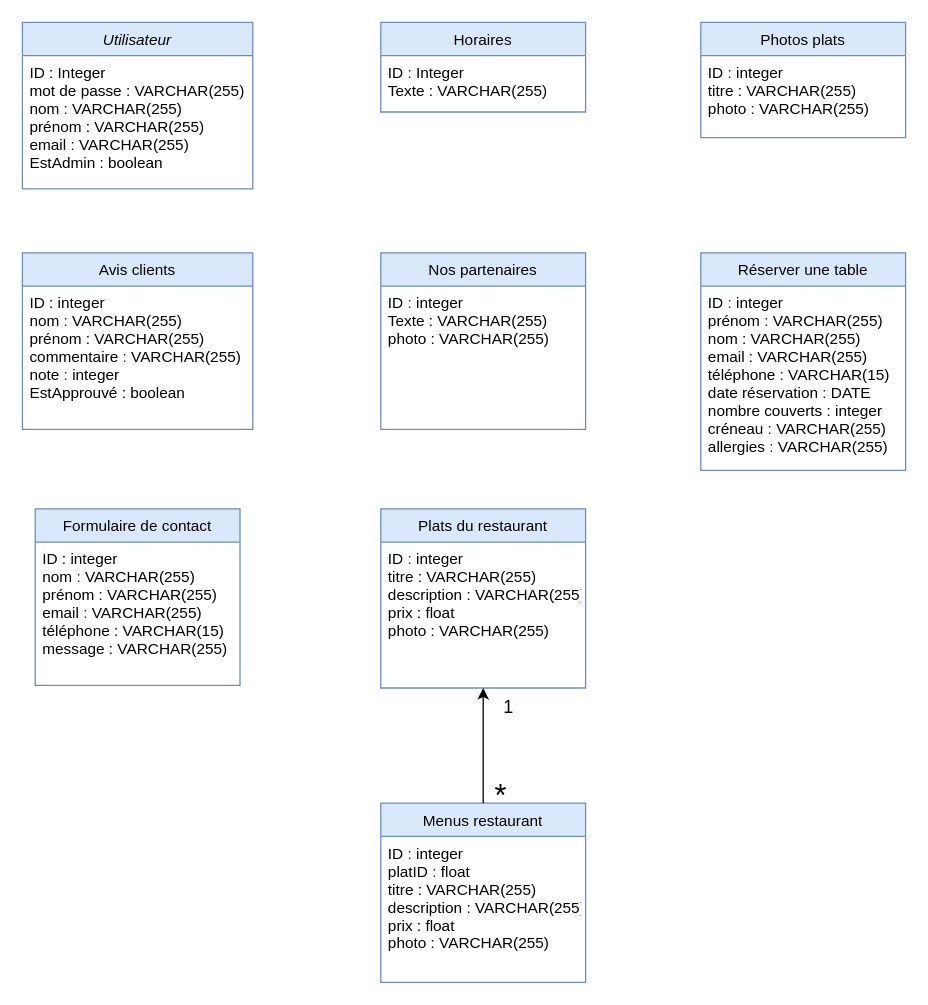
The draw.io diagram DiagrammeClasse.drawio in elodiealix91620/QuaiAntiqueDiagrammes, before the edit. Source tidied: cells renumbered, new cells numbered last; positions are measured from the earlier drawing's top-left corner, leaving out a move shared by most shapes. Both pictures are drawn from the tidied source at 128%, with x=0, y=0 at pixel (22, 22).
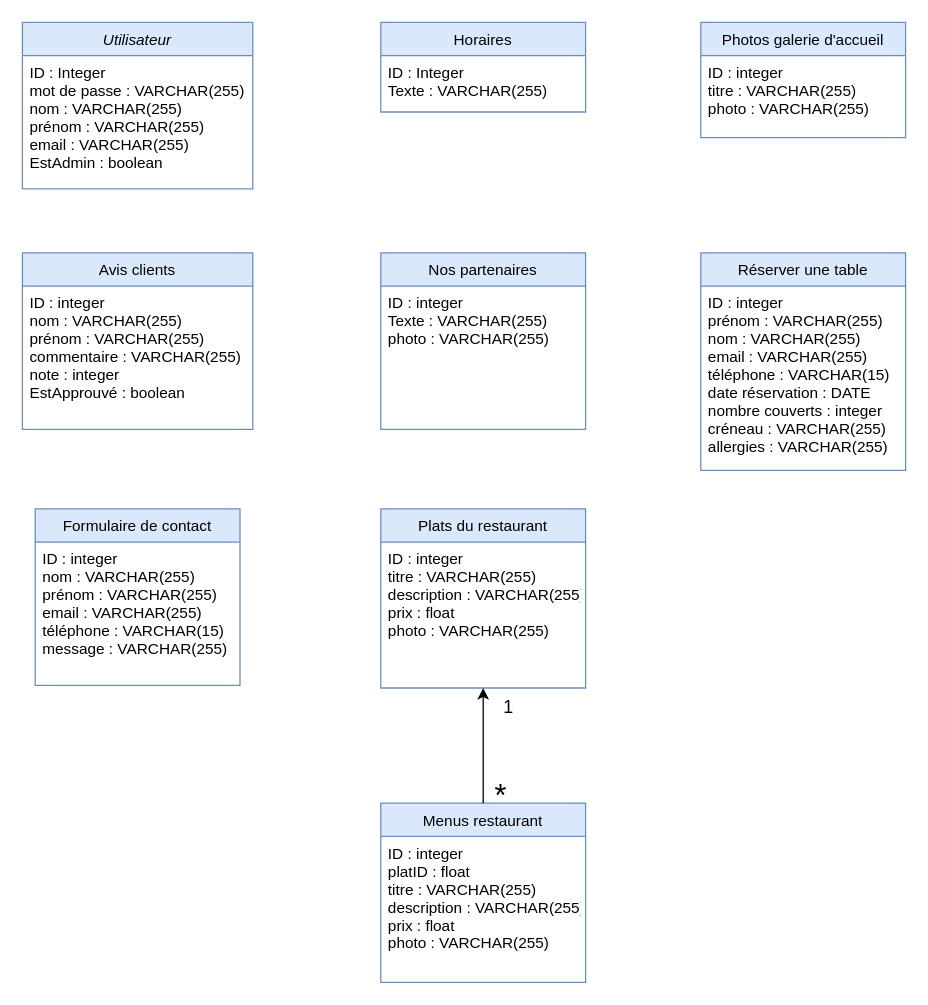
The same diagram, later.

Commit message:
Mettre à jour DiagrammeClasse.drawio

The edit, as a diff of the source:
```diff
@@
-    <mxCell id="16" value="Photos plats" style="swimlane;fontStyle=0;align=center;verticalAlign=top;horizontal=1;startSize=26;rounded=0;shadow=0;strokeWidth=1;fillColor=#dae8fc;strokeColor=#6c8ebf;" parent="1" vertex="1">
+    <mxCell id="16" value="Photos galerie d'accueil" style="swimlane;fontStyle=0;align=center;verticalAlign=top;horizontal=1;startSize=26;rounded=0;shadow=0;strokeWidth=1;fillColor=#dae8fc;strokeColor=#6c8ebf;" parent="1" vertex="1">
       <mxGeometry x="530" width="160" height="90" as="geometry" />
     </mxCell>
```
